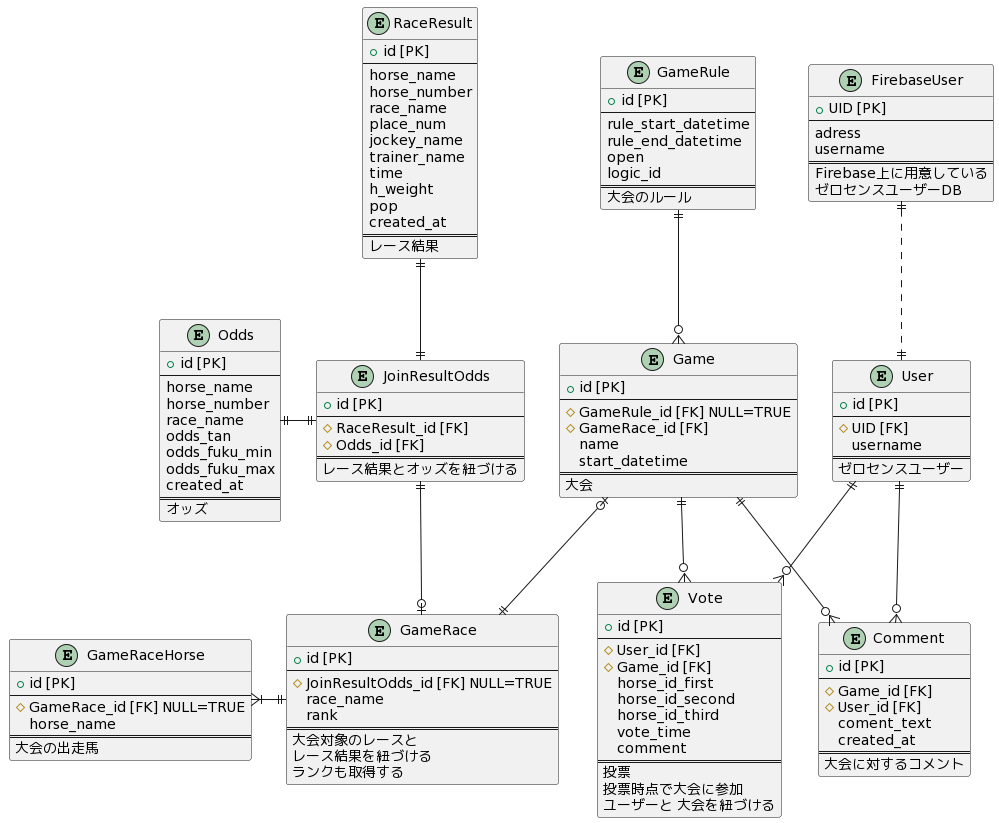
Kengo106/zerosense keeps this PlantUML diagram as out/UML/ER/ER図.png. Above is the earlier version.
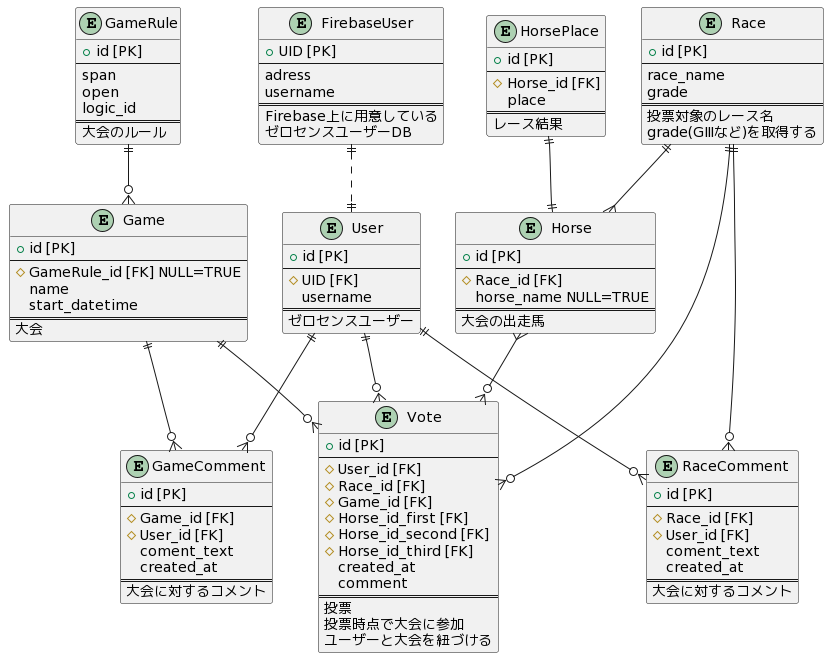
After the change.

The edit, as a diff of the source:
```diff
@@ -1,42 +1,11 @@
 @startuml
-entity "RaceResult" as RaceResult {
+entity HorsePlace {
   + id [PK]
   --
-  horse_name
-  horse_number
-  race_name
-  place_num
-  jockey_name
-  trainer_name
-  time
-  h_weight
-  pop
-  created_at
+  # Horse_id [FK]
+  place
   ==
   レース結果
-}
-
-entity "Odds" as Odds {
-  + id [PK]
-  --
-  horse_name
-  horse_number
-  race_name
-  odds_tan
-  odds_fuku_min
-  odds_fuku_max
-  created_at
-  ==
-  オッズ
-}
-
-entity "JoinResultOdds" as JoinResultOdds {
-  + id [PK]
-  --
-  # RaceResult_id [FK]
-  # Odds_id [FK]
-  ==
-  レース結果とオッズを紐づける
 }
 
 entity User {
@@ -62,7 +31,6 @@
   + id [PK]
   --
   # GameRule_id [FK] NULL=TRUE
-  # GameRace_id [FK]
   name
   start_datetime
   ==
@@ -72,8 +40,7 @@
 entity GameRule {
   + id [PK]
   --
-  rule_start_datetime
-  rule_end_datetime
+  span
   open
   logic_id
   ==
@@ -84,40 +51,39 @@
   + id [PK]
   --
   # User_id [FK]
+  # Race_id [FK]
   # Game_id [FK]
-  horse_id_first
-  horse_id_second
-  horse_id_third
-  vote_time
+  # Horse_id_first [FK]
+  # Horse_id_second [FK]
+  # Horse_id_third [FK]
+  created_at
   comment
   ==
   投票
   投票時点で大会に参加
-  ユーザーと 大会を紐づける
+  ユーザーと大会を紐づける
 }
 
-entity GameRace{
+entity Race{
   + id [PK]
   --
-  # JoinResultOdds_id [FK] NULL=TRUE
   race_name
-  rank
+  grade
   ==
-  大会対象のレースと
-  レース結果を紐づける
-  ランクも取得する
+  投票対象のレース名
+  grade(GⅢなど)を取得する
 }
 
-entity GameRaceHorse {
+entity Horse {
   + id [PK]
   --
-  # GameRace_id [FK] NULL=TRUE
-  horse_name
+  # Race_id [FK]
+  horse_name NULL=TRUE
   ==
   大会の出走馬
 }
 
-entity Comment {
+entity GameComment {
   + id [PK]
   --
   # Game_id [FK]
@@ -128,15 +94,28 @@
   大会に対するコメント
 }
 
-Game |o--|| GameRace
+entity RaceComment {
+  + id [PK]
+  --
+  # Race_id [FK]
+  # User_id [FK]
+  coment_text
+  created_at
+  ==
+  大会に対するコメント
+}
+
+
 User ||--o{ Vote
+Horse }--o{ Vote
+Race ||--o{ Vote
 Game ||--o{ Vote
-GameRace ||-left-|{ GameRaceHorse
-User ||--o{ Comment
-Game ||--o{ Comment
+Race ||--{ Horse
+User ||--o{ GameComment
+Game ||--o{ GameComment
+User ||--o{ RaceComment
+Race ||--o{ RaceComment
 GameRule ||--o{ Game
-RaceResult ||--|| JoinResultOdds
-Odds ||-|| JoinResultOdds
-JoinResultOdds ||--o|GameRace
+HorsePlace ||--|| Horse
 FirebaseUser ||..||User
 @enduml
```
